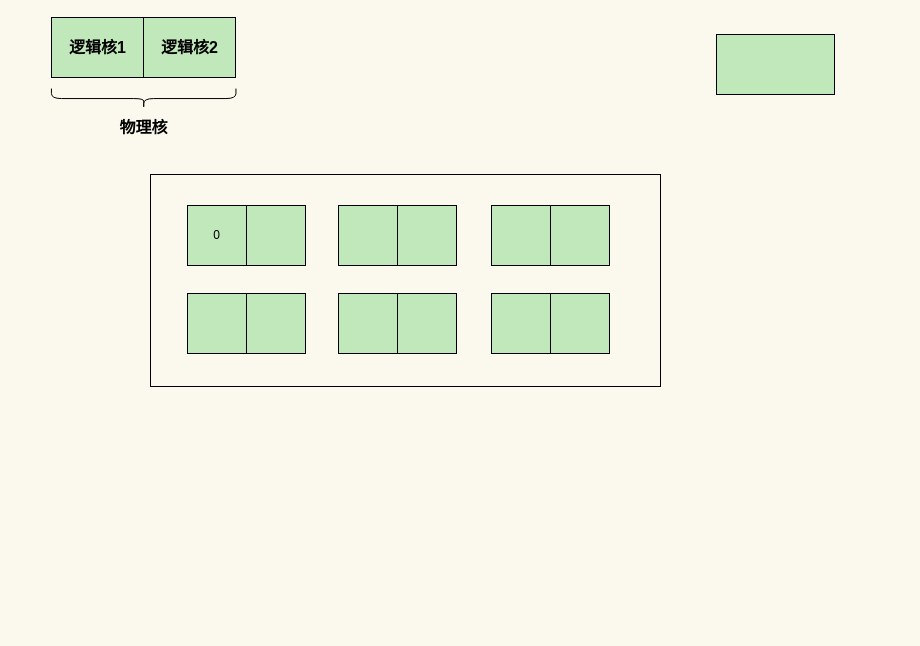
starriesWEB/comment-geektime keeps this draw.io diagram as Untitled Diagram.drawio. Above is the earlier version. Source tidied: cells renumbered, new cells numbered last; positions are measured from the earlier drawing's top-left corner, leaving out a move shared by most shapes. Both pictures are drawn from the tidied source at 100%, with x=0, y=0 at pixel (47, 6).
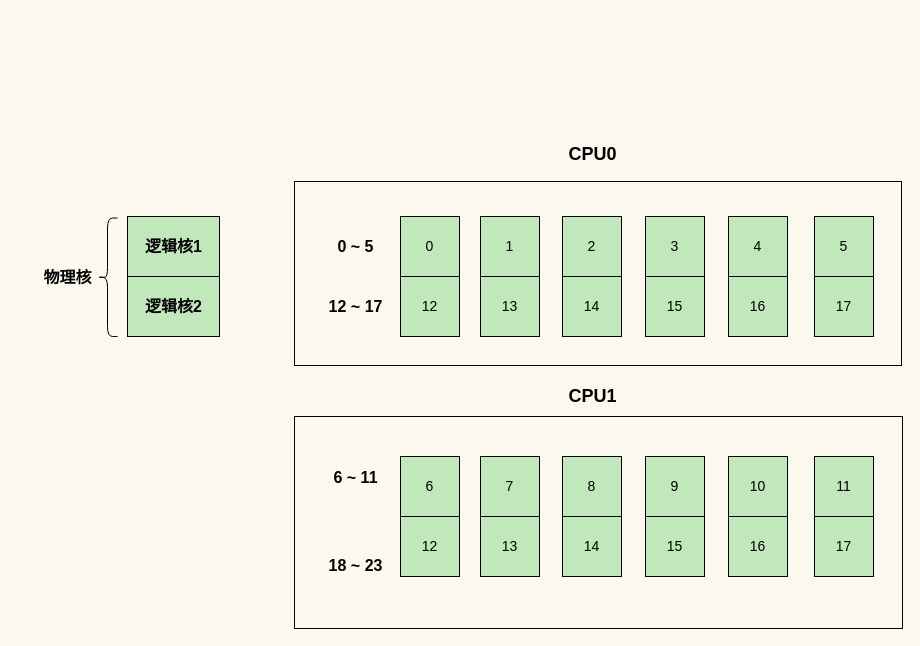
Above is the later version.

What changed in the source:
```diff
@@
     <mxCell id="2" style="rounded=0;whiteSpace=wrap;html=1;gradientColor=none;fillColor=none;" parent="1" vertex="1">
-      <mxGeometry x="103" y="168" width="510" height="212" as="geometry" />
+      <mxGeometry x="247" y="175" width="607" height="184" as="geometry" />
     </mxCell>
-    <mxCell id="3" style="rounded=0;whiteSpace=wrap;html=1;fillColor=#c1e8bb;gradientColor=none;" parent="1" vertex="1">
-      <mxGeometry x="669" y="28" width="118" height="60" as="geometry" />
-    </mxCell>
-    <mxCell id="4" value="0" style="rounded=0;whiteSpace=wrap;html=1;fillColor=#c1e8bb;gradientColor=none;" parent="1" vertex="1">
-      <mxGeometry x="140" y="199" width="59" height="60" as="geometry" />
+    <mxCell id="4" value="0" style="rounded=0;whiteSpace=wrap;html=1;fillColor=#c1e8bb;gradientColor=none;fontSize=14;" parent="1" vertex="1">
+      <mxGeometry x="353" y="210" width="59" height="60" as="geometry" />
     </mxCell>
-    <mxCell id="5" style="rounded=0;whiteSpace=wrap;html=1;fillColor=#c1e8bb;gradientColor=none;" parent="1" vertex="1">
-      <mxGeometry x="199" y="199" width="59" height="60" as="geometry" />
+    <mxCell id="5" value="1" style="rounded=0;whiteSpace=wrap;html=1;fillColor=#c1e8bb;gradientColor=none;fontSize=14;" parent="1" vertex="1">
+      <mxGeometry x="433" y="210" width="59" height="60" as="geometry" />
     </mxCell>
-    <mxCell id="6" style="rounded=0;whiteSpace=wrap;html=1;fillColor=#c1e8bb;gradientColor=none;" parent="1" vertex="1">
-      <mxGeometry x="291" y="199" width="59" height="60" as="geometry" />
-    </mxCell>
-    <mxCell id="7" style="rounded=0;whiteSpace=wrap;html=1;fillColor=#c1e8bb;gradientColor=none;" parent="1" vertex="1">
-      <mxGeometry x="350" y="199" width="59" height="60" as="geometry" />
-    </mxCell>
-    <mxCell id="8" style="rounded=0;whiteSpace=wrap;html=1;fillColor=#c1e8bb;gradientColor=none;" parent="1" vertex="1">
-      <mxGeometry x="444" y="199" width="59" height="60" as="geometry" />
-    </mxCell>
-    <mxCell id="9" style="rounded=0;whiteSpace=wrap;html=1;fillColor=#c1e8bb;gradientColor=none;" parent="1" vertex="1">
-      <mxGeometry x="503" y="199" width="59" height="60" as="geometry" />
-    </mxCell>
     <mxCell id="10" style="rounded=0;whiteSpace=wrap;html=1;fillColor=#c1e8bb;gradientColor=none;" parent="1" vertex="1">
-      <mxGeometry x="96" y="11" width="92" height="60" as="geometry" />
+      <mxGeometry x="80" y="270" width="92" height="60" as="geometry" />
     </mxCell>
-    <mxCell id="11" style="shape=curlyBracket;whiteSpace=wrap;html=1;rounded=1;flipH=1;fillColor=#c1e8bb;gradientColor=none;rotation=90;" parent="1" vertex="1">
-      <mxGeometry x="86.2" y="-0.2" width="20" height="184.5" as="geometry" />
+    <mxCell id="11" style="shape=curlyBracket;whiteSpace=wrap;html=1;rounded=1;flipH=1;fillColor=#c1e8bb;gradientColor=none;rotation=-180;" parent="1" vertex="1">
+      <mxGeometry x="50" y="211.5" width="20" height="118.5" as="geometry" />
     </mxCell>
     <mxCell id="12" value="物理核" style="text;strokeColor=none;fillColor=none;html=1;fontSize=16;fontStyle=1;verticalAlign=middle;align=center;" parent="1" vertex="1">
-      <mxGeometry x="46.2" y="101" width="100" height="40" as="geometry" />
+      <mxGeometry x="-30" y="250.8" width="100" height="40" as="geometry" />
     </mxCell>
     <mxCell id="13" value="逻辑核2" style="text;strokeColor=none;fillColor=none;html=1;fontSize=16;fontStyle=1;verticalAlign=middle;align=center;" parent="1" vertex="1">
-      <mxGeometry x="92" y="21" width="100" height="40" as="geometry" />
+      <mxGeometry x="76" y="280" width="100" height="40" as="geometry" />
     </mxCell>
-    <mxCell id="14" style="rounded=0;whiteSpace=wrap;html=1;fillColor=#c1e8bb;gradientColor=none;" parent="1" vertex="1">
-      <mxGeometry x="140" y="287" width="59" height="60" as="geometry" />
+    <mxCell id="14" value="12" style="rounded=0;whiteSpace=wrap;html=1;fillColor=#c1e8bb;gradientColor=none;fontSize=14;" parent="1" vertex="1">
+      <mxGeometry x="353" y="270" width="59" height="60" as="geometry" />
     </mxCell>
-    <mxCell id="15" style="rounded=0;whiteSpace=wrap;html=1;fillColor=#c1e8bb;gradientColor=none;" parent="1" vertex="1">
-      <mxGeometry x="199" y="287" width="59" height="60" as="geometry" />
+    <mxCell id="15" value="13" style="rounded=0;whiteSpace=wrap;html=1;fillColor=#c1e8bb;gradientColor=none;fontSize=14;" parent="1" vertex="1">
+      <mxGeometry x="433" y="270" width="59" height="60" as="geometry" />
     </mxCell>
-    <mxCell id="16" style="rounded=0;whiteSpace=wrap;html=1;fillColor=#c1e8bb;gradientColor=none;" parent="1" vertex="1">
-      <mxGeometry x="291" y="287" width="59" height="60" as="geometry" />
-    </mxCell>
-    <mxCell id="17" style="rounded=0;whiteSpace=wrap;html=1;fillColor=#c1e8bb;gradientColor=none;" parent="1" vertex="1">
-      <mxGeometry x="350" y="287" width="59" height="60" as="geometry" />
-    </mxCell>
-    <mxCell id="18" style="rounded=0;whiteSpace=wrap;html=1;fillColor=#c1e8bb;gradientColor=none;" parent="1" vertex="1">
-      <mxGeometry x="444" y="287" width="59" height="60" as="geometry" />
-    </mxCell>
-    <mxCell id="19" style="rounded=0;whiteSpace=wrap;html=1;fillColor=#c1e8bb;gradientColor=none;" parent="1" vertex="1">
-      <mxGeometry x="503" y="287" width="59" height="60" as="geometry" />
-    </mxCell>
     <mxCell id="20" style="rounded=0;whiteSpace=wrap;html=1;fillColor=#c1e8bb;gradientColor=none;" parent="1" vertex="1">
-      <mxGeometry x="4" y="11" width="92" height="60" as="geometry" />
+      <mxGeometry x="80" y="210" width="92" height="60" as="geometry" />
     </mxCell>
     <mxCell id="21" value="逻辑核1" style="text;strokeColor=none;fillColor=none;html=1;fontSize=16;fontStyle=1;verticalAlign=middle;align=center;" parent="1" vertex="1">
-      <mxGeometry y="21" width="100" height="40" as="geometry" />
+      <mxGeometry x="76" y="220" width="100" height="40" as="geometry" />
     </mxCell>
+    <mxCell id="22" style="rounded=0;whiteSpace=wrap;html=1;gradientColor=none;fillColor=none;" parent="1" vertex="1">
+      <mxGeometry x="247" y="410" width="608" height="212" as="geometry" />
+    </mxCell>
+    <mxCell id="23" value="0 ~ 5" style="text;strokeColor=none;fillColor=none;html=1;fontSize=16;fontStyle=1;verticalAlign=middle;align=center;" parent="1" vertex="1">
+      <mxGeometry x="258" y="220" width="100" height="40" as="geometry" />
+    </mxCell>
+    <mxCell id="24" value="18 ~ 23" style="text;strokeColor=none;fillColor=none;html=1;fontSize=16;fontStyle=1;verticalAlign=middle;align=center;" parent="1" vertex="1">
+      <mxGeometry x="258" y="539" width="100" height="40" as="geometry" />
+    </mxCell>
+    <mxCell id="25" value="12 ~ 17" style="text;strokeColor=none;fillColor=none;html=1;fontSize=16;fontStyle=1;verticalAlign=middle;align=center;" parent="1" vertex="1">
+      <mxGeometry x="258" y="280" width="100" height="40" as="geometry" />
+    </mxCell>
+    <mxCell id="26" value="6 ~ 11" style="text;strokeColor=none;fillColor=none;html=1;fontSize=16;fontStyle=1;verticalAlign=middle;align=center;" parent="1" vertex="1">
+      <mxGeometry x="258" y="451" width="100" height="40" as="geometry" />
+    </mxCell>
+    <mxCell id="27" value="&lt;font style=&quot;font-size: 18px;&quot;&gt;CPU0&lt;/font&gt;" style="text;strokeColor=none;fillColor=none;html=1;fontSize=16;fontStyle=1;verticalAlign=middle;align=center;" parent="1" vertex="1">
+      <mxGeometry x="494.5" y="128" width="100" height="40" as="geometry" />
+    </mxCell>
+    <mxCell id="28" value="&lt;font style=&quot;font-size: 18px;&quot;&gt;CPU1&lt;/font&gt;" style="text;strokeColor=none;fillColor=none;html=1;fontSize=16;fontStyle=1;verticalAlign=middle;align=center;" parent="1" vertex="1">
+      <mxGeometry x="494.5" y="370" width="100" height="40" as="geometry" />
+    </mxCell>
+    <mxCell id="29" value="2" style="rounded=0;whiteSpace=wrap;html=1;fillColor=#c1e8bb;gradientColor=none;fontSize=14;" parent="1" vertex="1">
+      <mxGeometry x="515" y="210" width="59" height="60" as="geometry" />
+    </mxCell>
+    <mxCell id="30" value="14" style="rounded=0;whiteSpace=wrap;html=1;fillColor=#c1e8bb;gradientColor=none;fontSize=14;" parent="1" vertex="1">
+      <mxGeometry x="515" y="270" width="59" height="60" as="geometry" />
+    </mxCell>
+    <mxCell id="31" value="3" style="rounded=0;whiteSpace=wrap;html=1;fillColor=#c1e8bb;gradientColor=none;fontSize=14;" parent="1" vertex="1">
+      <mxGeometry x="598" y="210" width="59" height="60" as="geometry" />
+    </mxCell>
+    <mxCell id="32" value="15" style="rounded=0;whiteSpace=wrap;html=1;fillColor=#c1e8bb;gradientColor=none;fontSize=14;" parent="1" vertex="1">
+      <mxGeometry x="598" y="270" width="59" height="60" as="geometry" />
+    </mxCell>
+    <mxCell id="33" value="4" style="rounded=0;whiteSpace=wrap;html=1;fillColor=#c1e8bb;gradientColor=none;fontSize=14;" parent="1" vertex="1">
+      <mxGeometry x="681" y="210" width="59" height="60" as="geometry" />
+    </mxCell>
+    <mxCell id="34" value="16" style="rounded=0;whiteSpace=wrap;html=1;fillColor=#c1e8bb;gradientColor=none;fontSize=14;" parent="1" vertex="1">
+      <mxGeometry x="681" y="270" width="59" height="60" as="geometry" />
+    </mxCell>
+    <mxCell id="35" value="5" style="rounded=0;whiteSpace=wrap;html=1;fillColor=#c1e8bb;gradientColor=none;fontSize=14;" parent="1" vertex="1">
+      <mxGeometry x="767" y="210" width="59" height="60" as="geometry" />
+    </mxCell>
+    <mxCell id="36" value="17" style="rounded=0;whiteSpace=wrap;html=1;fillColor=#c1e8bb;gradientColor=none;fontSize=14;" parent="1" vertex="1">
+      <mxGeometry x="767" y="270" width="59" height="60" as="geometry" />
+    </mxCell>
+    <mxCell id="37" value="17" style="rounded=0;whiteSpace=wrap;html=1;fillColor=#c1e8bb;gradientColor=none;fontSize=14;" parent="1" vertex="1">
+      <mxGeometry x="767" y="510" width="59" height="60" as="geometry" />
+    </mxCell>
+    <mxCell id="38" value="6" style="rounded=0;whiteSpace=wrap;html=1;fillColor=#c1e8bb;gradientColor=none;fontSize=14;" parent="1" vertex="1">
+      <mxGeometry x="353" y="450" width="59" height="60" as="geometry" />
+    </mxCell>
+    <mxCell id="39" value="11" style="rounded=0;whiteSpace=wrap;html=1;fillColor=#c1e8bb;gradientColor=none;fontSize=14;" parent="1" vertex="1">
+      <mxGeometry x="767" y="450" width="59" height="60" as="geometry" />
+    </mxCell>
+    <mxCell id="40" value="16" style="rounded=0;whiteSpace=wrap;html=1;fillColor=#c1e8bb;gradientColor=none;fontSize=14;" parent="1" vertex="1">
+      <mxGeometry x="681" y="510" width="59" height="60" as="geometry" />
+    </mxCell>
+    <mxCell id="41" value="15" style="rounded=0;whiteSpace=wrap;html=1;fillColor=#c1e8bb;gradientColor=none;fontSize=14;" parent="1" vertex="1">
+      <mxGeometry x="598" y="510" width="59" height="60" as="geometry" />
+    </mxCell>
+    <mxCell id="42" value="9" style="rounded=0;whiteSpace=wrap;html=1;fillColor=#c1e8bb;gradientColor=none;fontSize=14;" parent="1" vertex="1">
+      <mxGeometry x="598" y="450" width="59" height="60" as="geometry" />
+    </mxCell>
+    <mxCell id="43" value="10" style="rounded=0;whiteSpace=wrap;html=1;fillColor=#c1e8bb;gradientColor=none;fontSize=14;" parent="1" vertex="1">
+      <mxGeometry x="681" y="450" width="59" height="60" as="geometry" />
+    </mxCell>
+    <mxCell id="44" value="8" style="rounded=0;whiteSpace=wrap;html=1;fillColor=#c1e8bb;gradientColor=none;fontSize=14;" parent="1" vertex="1">
+      <mxGeometry x="515" y="450" width="59" height="60" as="geometry" />
+    </mxCell>
+    <mxCell id="45" value="14" style="rounded=0;whiteSpace=wrap;html=1;fillColor=#c1e8bb;gradientColor=none;fontSize=14;" parent="1" vertex="1">
+      <mxGeometry x="515" y="510" width="59" height="60" as="geometry" />
+    </mxCell>
+    <mxCell id="46" value="7" style="rounded=0;whiteSpace=wrap;html=1;fillColor=#c1e8bb;gradientColor=none;fontSize=14;" parent="1" vertex="1">
+      <mxGeometry x="433" y="450" width="59" height="60" as="geometry" />
+    </mxCell>
+    <mxCell id="47" value="13" style="rounded=0;whiteSpace=wrap;html=1;fillColor=#c1e8bb;gradientColor=none;fontSize=14;" parent="1" vertex="1">
+      <mxGeometry x="433" y="510" width="59" height="60" as="geometry" />
+    </mxCell>
+    <mxCell id="48" value="12" style="rounded=0;whiteSpace=wrap;html=1;fillColor=#c1e8bb;gradientColor=none;fontSize=14;" parent="1" vertex="1">
+      <mxGeometry x="353" y="510" width="59" height="60" as="geometry" />
+    </mxCell>
```
